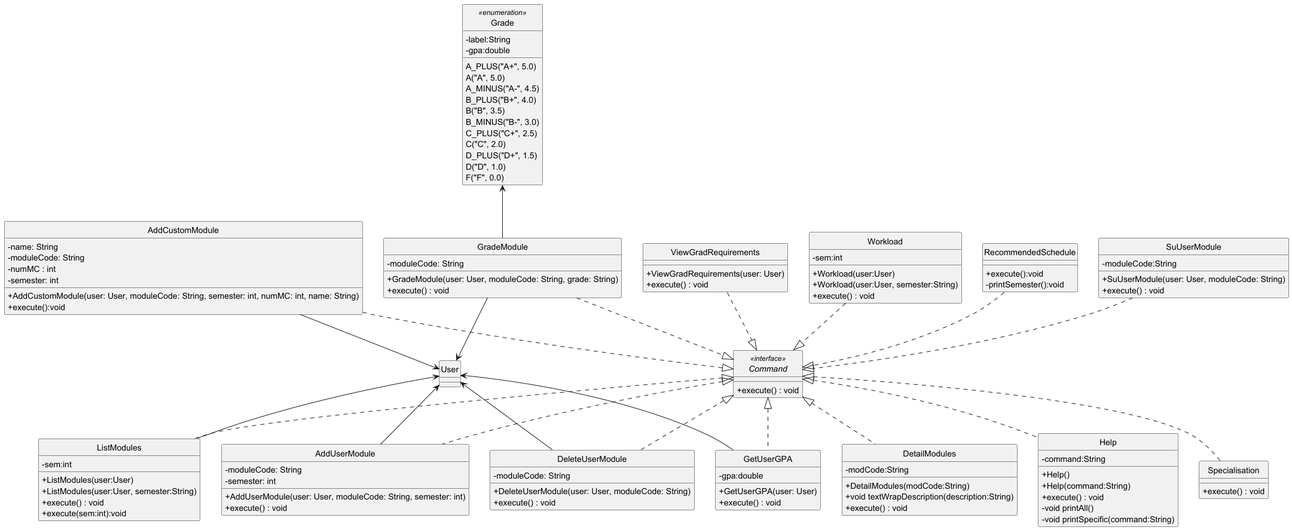
Above: docs/diagrams/Command.png in itsjoelha/tp (PlantUML), before the change.
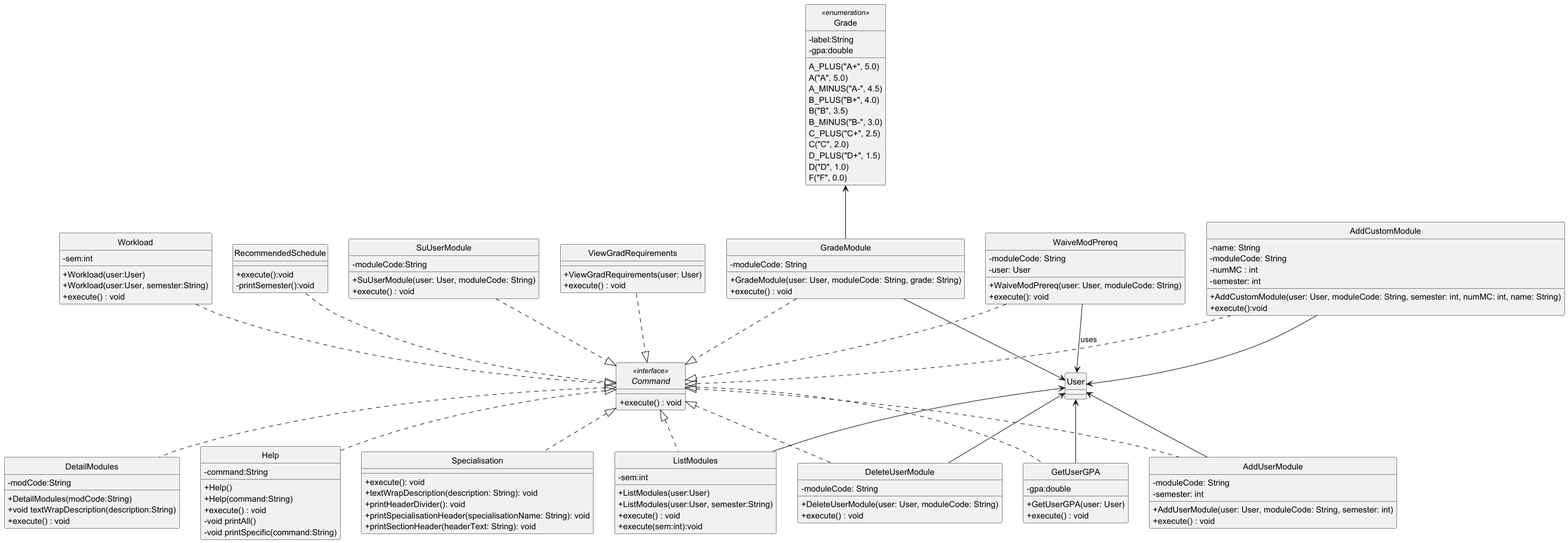
After the commit.

Commit message:
Update Command Diagram with new function

Change to the diagram source:
```diff
@@ -65,14 +65,21 @@
     + execute():void
     - printSemester():void
 }
+
 class Specialisation {
-+ execute() : void
+    + execute(): void
+    + textWrapDescription(description: String): void
+    + printHeaderDivider(): void
+    + printSpecialisationHeader(specialisationName: String): void
+    + printSectionHeader(headerText: String): void
 }
+
 class SuUserModule {
 -moduleCode:String
 + SuUserModule(user: User, moduleCode: String)
 + execute() : void
 }
+
 class ViewGradRequirements {
 + ViewGradRequirements(user: User)
 + execute() : void
@@ -99,6 +106,16 @@
     D("D", 1.0)
     F("F", 0.0)
 }
+
+class WaiveModPrereq {
+    - moduleCode: String
+    - user: User
+    + WaiveModPrereq(user: User, moduleCode: String)
+    + execute(): void
+}
+
+WaiveModPrereq ..|> Command
+WaiveModPrereq --> User : uses
 
 class User
 
```
